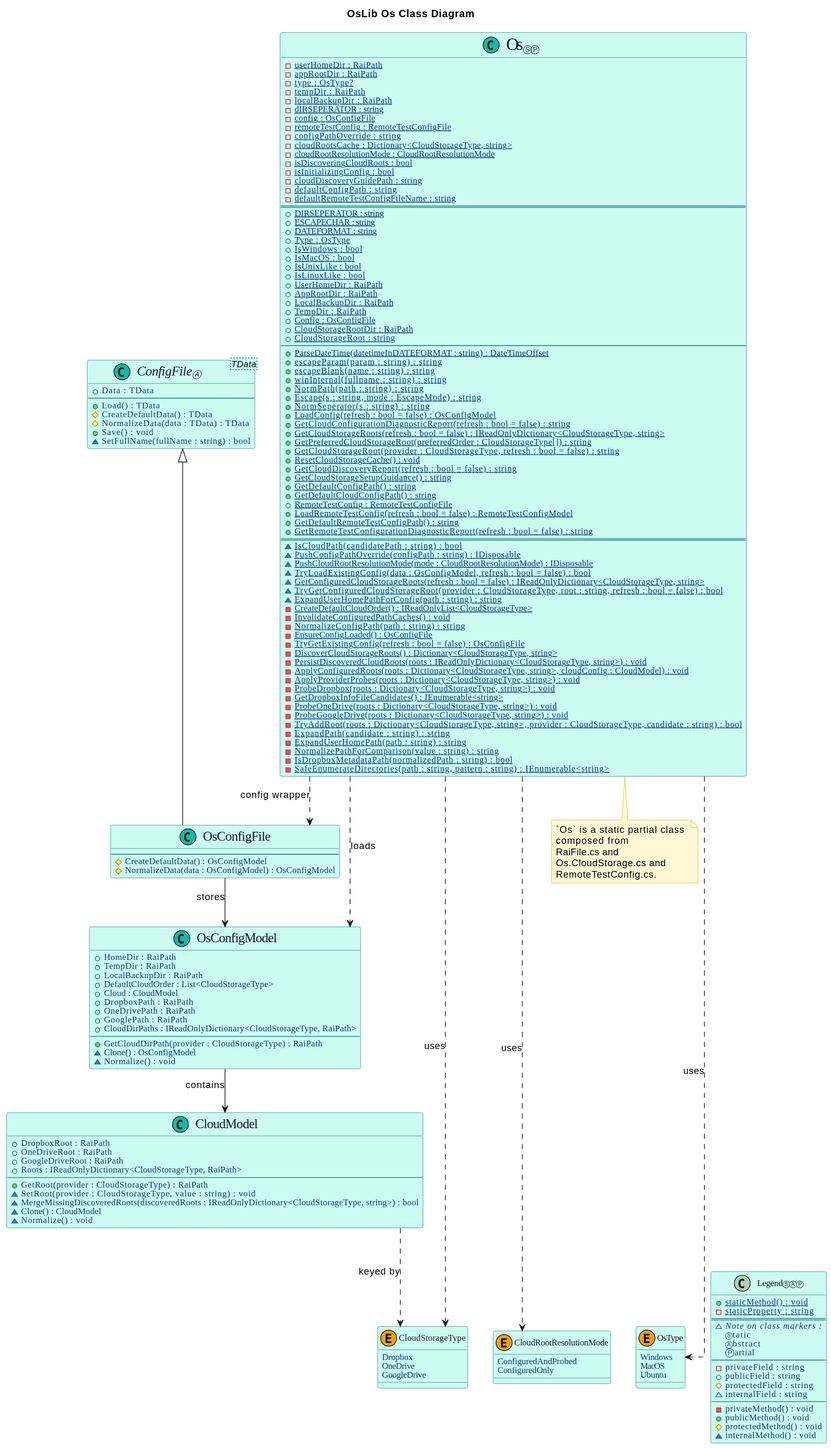
This is Os-ClassDiagram.svg from Burkhardt/OsLib, a PlantUML export, as it was before one commit.
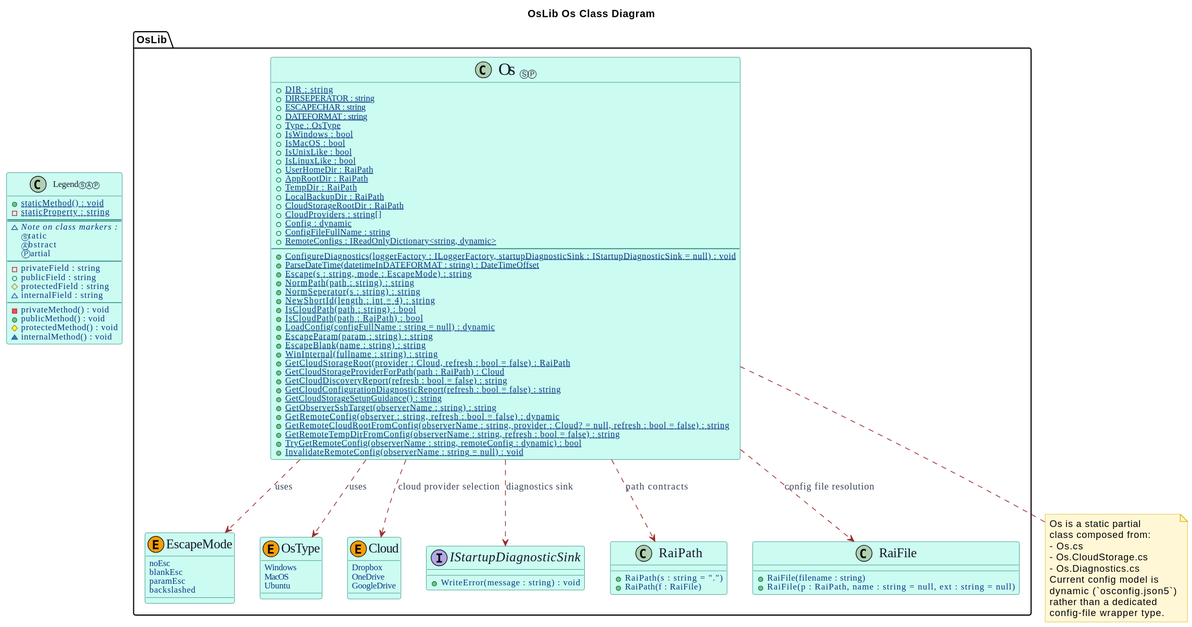
After the change.

What changed in the source:
```diff
@@ -1,9 +1,9 @@
 @startuml
+
 title OsLib Os Class Diagram
 
 skinparam backgroundColor white
 skinparam shadowing false
-skinparam linetype ortho
 skinparam DiagramFontName "Casual"
 skinparam DiagramFontSize 36
 skinparam ClassFontName "Casual"
@@ -16,7 +16,6 @@
 skinparam ClassMethodFontName "Casual"
 skinparam ClassMethodFontSize 12
 skinparam ClassMethodFontWeight 500
-skinparam ClassFontName "Casual"
 skinparam ClassAttributeFontStyle normal
 skinparam ClassBorderColor #0f766e
 skinparam ClassBackgroundColor #ccfbf1
@@ -26,189 +25,128 @@
 skinparam EnumFontColor #7c2d12
 skinparam NoteBackgroundColor #fff7d6
 skinparam NoteBorderColor #d4b106
+skinparam ArrowColor #9b2c2c
+skinparam ArrowFontColor #374151
+skinparam ArrowFontName "Casual"
 
 show circle
 
-together {
-	enum OsType << (E,#f59e0b) >> {
+package "OsLib" {
+	enum "<size:18>EscapeMode</size>" as EscapeMode << (E,#f59e0b) >> {
+		noEsc
+		blankEsc
+		paramEsc
+		backslashed
+	}
+
+	enum "<size:18>OsType</size>" as OsType << (E,#f59e0b) >> {
 		Windows
 		MacOS
 		Ubuntu
 	}
-		enum CloudRootResolutionMode << (E,#f59e0b) >> {
-			ConfiguredAndProbed
-			ConfiguredOnly
-		}
-	enum CloudStorageType << (E,#f59e0b) >> {
+
+	enum "<size:18>Cloud</size>" as Cloud << (E,#f59e0b) >> {
 		Dropbox
 		OneDrive
 		GoogleDrive
 	}
-	class "Legend<size:10>ⓈⒶⓅ</size>" as LegendSample {
-		+{static} staticMethod() : void
-		-{static} staticProperty : string
-		==
-		~<i>Note on class markers :</i>
-		<size:10>Ⓢ</size>tatic
-		<size:10>Ⓐ</size>bstract
-		Ⓟartial
+
+	interface "<size:18>IStartupDiagnosticSink</size>" as IStartupDiagnosticSink {
+		+WriteError(message : string) : void
+	}
+
+	class "<size:18>RaiPath</size>" as RaiPath {
+		+RaiPath(s : string = ".")
+		+RaiPath(f : RaiFile)
+	}
+
+	class "<size:18>RaiFile</size>" as RaiFile {
+		+RaiFile(filename : string)
+		+RaiFile(p : RaiPath, name : string = null, ext : string = null)
+	}
+
+	class "<size:24>Os</size> ⓈⓅ" as Os {
+		+{static} DIR : string
+		+{static} DIRSEPERATOR : string
+		+{static} ESCAPECHAR : string
+		+{static} DATEFORMAT : string
+		+{static} Type : OsType
+		+{static} IsWindows : bool
+		+{static} IsMacOS : bool
+		+{static} IsUnixLike : bool
+		+{static} IsLinuxLike : bool
+		+{static} UserHomeDir : RaiPath
+		+{static} AppRootDir : RaiPath
+		+{static} TempDir : RaiPath
+		+{static} LocalBackupDir : RaiPath
+		+{static} CloudStorageRootDir : RaiPath
+		+{static} CloudProviders : string[]
+		+{static} Config : dynamic
+		+{static} ConfigFileFullName : string
+		+{static} RemoteConfigs : IReadOnlyDictionary<string, dynamic>
 		--
-		- privateField : string
-		+ publicField : string
-		# protectedField : string
-		~ internalField : string
-		--
-		- privateMethod() : void
-		+ publicMethod() : void
-		# protectedMethod() : void
-		~ internalMethod() : void
+		+{static} ConfigureDiagnostics(loggerFactory : ILoggerFactory, startupDiagnosticSink : IStartupDiagnosticSink = null) : void
+		+{static} ParseDateTime(datetimeInDATEFORMAT : string) : DateTimeOffset
+		+{static} Escape(s : string, mode : EscapeMode) : string
+		+{static} NormPath(path : string) : string
+		+{static} NormSeperator(s : string) : string
+		+{static} NewShortId(length : int = 4) : string
+		+{static} IsCloudPath(path : string) : bool
+		+{static} IsCloudPath(path : RaiPath) : bool
+		+{static} LoadConfig(configFullName : string = null) : dynamic
+		+{static} EscapeParam(param : string) : string
+		+{static} EscapeBlank(name : string) : string
+		+{static} WinInternal(fullname : string) : string
+		+{static} GetCloudStorageRoot(provider : Cloud, refresh : bool = false) : RaiPath
+		+{static} GetCloudStorageProviderForPath(path : RaiPath) : Cloud
+		+{static} GetCloudDiscoveryReport(refresh : bool = false) : string
+		+{static} GetCloudConfigurationDiagnosticReport(refresh : bool = false) : string
+		+{static} GetCloudStorageSetupGuidance() : string
+		+{static} GetObserverSshTarget(observerName : string) : string
+		+{static} GetRemoteConfig(observer : string, refresh : bool = false) : dynamic
+		+{static} GetRemoteCloudRootFromConfig(observerName : string, provider : Cloud? = null, refresh : bool = false) : string
+		+{static} GetRemoteTempDirFromConfig(observerName : string, refresh : bool = false) : string
+		+{static} TryGetRemoteConfig(observerName : string, remoteConfig : dynamic) : bool
+		+{static} InvalidateRemoteConfig(observerName : string = null) : void
 	}
 }
 
-abstract class "<size:18>ConfigFile</size>Ⓐ<TData>" as ConfigFile << (C,#14b8a6) >> {
-	+ Data : TData
+Os ..> OsType : uses
+Os ..> EscapeMode : uses
+Os ..> Cloud : cloud provider selection
+Os ..> RaiPath : path contracts
+Os ..> RaiFile : config file resolution
+Os ..> IStartupDiagnosticSink : diagnostics sink
+
+class "Legend<size:10>ⓈⒶⓅ</size>" as LegendSample {
+	+{static} staticMethod() : void
+	-{static} staticProperty : string
+	==
+	~<i>Note on class markers :</i>
+	<size:10>Ⓢ</size>tatic
+	<size:10>Ⓐ</size>bstract
+	Ⓟartial
 	--
-	+ Load() : TData
-	# CreateDefaultData() : TData
-	# NormalizeData(data : TData) : TData
-	+ Save() : void
-	~ SetFullName(fullName : string) : bool
+	- privateField : string
+	+ publicField : string
+	# protectedField : string
+	~ internalField : string
+	--
+	- privateMethod() : void
+	+ publicMethod() : void
+	# protectedMethod() : void
+	~ internalMethod() : void
 }
 
-class "<size:18>CloudModel</size>" as CloudModel << (C,#14b8a6) >> {
-	+ DropboxRoot : RaiPath
-	+ OneDriveRoot : RaiPath
-	+ GoogleDriveRoot : RaiPath
-	+ Roots : IReadOnlyDictionary<CloudStorageType, RaiPath>
-	--
-	+ GetRoot(provider : CloudStorageType) : RaiPath
-	~ SetRoot(provider : CloudStorageType, value : string) : void
-	~ MergeMissingDiscoveredRoots(discoveredRoots : IReadOnlyDictionary<CloudStorageType, string>) : bool
-	~ Clone() : CloudModel
-	~ Normalize() : void
-}
-
-class "<size:18>OsConfigModel</size>" as OsConfigModel << (C,#14b8a6) >> {
-	+ HomeDir : RaiPath
-	+ TempDir : RaiPath
-	+ LocalBackupDir : RaiPath
-	+ DefaultCloudOrder : List<CloudStorageType>
-	+ Cloud : CloudModel
-	+ DropboxPath : RaiPath
-	+ OneDrivePath : RaiPath
-	+ GooglePath : RaiPath
-	+ CloudDirPaths : IReadOnlyDictionary<CloudStorageType, RaiPath>
-	--
-	+ GetCloudDirPath(provider : CloudStorageType) : RaiPath
-	~ Clone() : OsConfigModel
-	~ Normalize() : void
-}
-
-class "<size:18>OsConfigFile</size>" as OsConfigFile << (C,#14b8a6) >> {
-	--
-	# CreateDefaultData() : OsConfigModel
-	# NormalizeData(data : OsConfigModel) : OsConfigModel
-}
-
-class "<size:24>Os</size>ⓈⓅ " as Os << (C,#14b8a6) >> {
-	-{static} userHomeDir : RaiPath
-	-{static} appRootDir : RaiPath
-	-{static} type : OsType?
-	-{static} tempDir : RaiPath
-	-{static} localBackupDir : RaiPath
-	-{static} dIRSEPERATOR : string
-	-{static} config : OsConfigFile
-	-{static} remoteTestConfig : RemoteTestConfigFile
-	-{static} configPathOverride : string
-	-{static} cloudRootsCache : Dictionary<CloudStorageType, string>
-	-{static} cloudRootResolutionMode : CloudRootResolutionMode
-	-{static} isDiscoveringCloudRoots : bool
-	-{static} isInitializingConfig : bool
-	-{static} cloudDiscoveryGuidePath : string
-	-{static} defaultConfigPath : string
-	-{static} defaultRemoteTestConfigFileName : string
-	==
-	+{static} DIRSEPERATOR : string
-	+{static} ESCAPECHAR : string
-	+{static} DATEFORMAT : string
-	+{static} Type : OsType
-	+{static} IsWindows : bool
-	+{static} IsMacOS : bool
-	+{static} IsUnixLike : bool
-	+{static} IsLinuxLike : bool
-	+{static} UserHomeDir : RaiPath
-	+{static} AppRootDir : RaiPath
-	+{static} LocalBackupDir : RaiPath
-	+{static} TempDir : RaiPath
-	+{static} Config : OsConfigFile
-	+{static} CloudStorageRootDir : RaiPath
-	+{static} CloudStorageRoot : string
-	--
-	+{static} ParseDateTime(datetimeInDATEFORMAT : string) : DateTimeOffset
-	+{static} escapeParam(param : string) : string
-	+{static} escapeBlank(name : string) : string
-	+{static} winInternal(fullname : string) : string
-	+{static} NormPath(path : string) : string
-	+{static} Escape(s : string, mode : EscapeMode) : string
-	+{static} NormSeperator(s : string) : string
-	+{static} LoadConfig(refresh : bool = false) : OsConfigModel
-	+{static} GetCloudConfigurationDiagnosticReport(refresh : bool = false) : string
-	+{static} GetCloudStorageRoots(refresh : bool = false) : IReadOnlyDictionary<CloudStorageType, string>
-	+{static} GetPreferredCloudStorageRoot(preferredOrder : CloudStorageType[]) : string
-	+{static} GetCloudStorageRoot(provider : CloudStorageType, refresh : bool = false) : string
-	+{static} ResetCloudStorageCache() : void
-	+{static} GetCloudDiscoveryReport(refresh : bool = false) : string
-	+{static} GetCloudStorageSetupGuidance() : string
-	+{static} GetDefaultConfigPath() : string
-	+{static} GetDefaultCloudConfigPath() : string
-	+{static} RemoteTestConfig : RemoteTestConfigFile
-	+{static} LoadRemoteTestConfig(refresh : bool = false) : RemoteTestConfigModel
-	+{static} GetDefaultRemoteTestConfigPath() : string
-	+{static} GetRemoteTestConfigurationDiagnosticReport(refresh : bool = false) : string
-	==
-	~{static} IsCloudPath(candidatePath : string) : bool
-	~{static} PushConfigPathOverride(configPath : string) : IDisposable
-	~{static} PushCloudRootResolutionMode(mode : CloudRootResolutionMode) : IDisposable
-	~{static} TryLoadExistingConfig(data : OsConfigModel, refresh : bool = false) : bool
-	~{static} GetConfiguredCloudStorageRoots(refresh : bool = false) : IReadOnlyDictionary<CloudStorageType, string>
-	~{static} TryGetConfiguredCloudStorageRoot(provider : CloudStorageType, root : string, refresh : bool = false) : bool
-	~{static} ExpandUserHomePathForConfig(path : string) : string
-	-{static} CreateDefaultCloudOrder() : IReadOnlyList<CloudStorageType>
-	-{static} InvalidateConfiguredPathCaches() : void
-	-{static} NormalizeConfigPath(path : string) : string
-	-{static} EnsureConfigLoaded() : OsConfigFile
-	-{static} TryGetExistingConfig(refresh : bool = false) : OsConfigFile
-	-{static} DiscoverCloudStorageRoots() : Dictionary<CloudStorageType, string>
-	-{static} PersistDiscoveredCloudRoots(roots : IReadOnlyDictionary<CloudStorageType, string>) : void
-	-{static} ApplyConfiguredRoots(roots : Dictionary<CloudStorageType, string>, cloudConfig : CloudModel) : void
-	-{static} ApplyProviderProbes(roots : Dictionary<CloudStorageType, string>) : void
-	-{static} ProbeDropbox(roots : Dictionary<CloudStorageType, string>) : void
-	-{static} GetDropboxInfoFileCandidates() : IEnumerable<string>
-	-{static} ProbeOneDrive(roots : Dictionary<CloudStorageType, string>) : void
-	-{static} ProbeGoogleDrive(roots : Dictionary<CloudStorageType, string>) : void
-	-{static} TryAddRoot(roots : Dictionary<CloudStorageType, string>, provider : CloudStorageType, candidate : string) : bool
-	-{static} ExpandPath(candidate : string) : string
-	-{static} ExpandUserHomePath(path : string) : string
-	-{static} NormalizePathForComparison(value : string) : string
-	-{static} IsDropboxMetadataPath(normalizedPath : string) : bool
-	-{static} SafeEnumerateDirectories(path : string, pattern : string) : IEnumerable<string>
-}
-
-Os ..> OsType : uses
-Os ..> CloudRootResolutionMode : uses
-Os ..> CloudStorageType : uses
-ConfigFile <|-- OsConfigFile
-OsConfigFile --> OsConfigModel : stores
-OsConfigModel --> CloudModel : contains
-CloudModel ..> CloudStorageType : keyed by
-Os ..> OsConfigFile : config wrapper
-Os ..> OsConfigModel : loads
-
 note bottom of Os
-	`Os` is a static partial class
-	composed from
-	RaiFile.cs and
-	Os.CloudStorage.cs and
-	RemoteTestConfig.cs.
+	Os is a static partial
+	class composed from:
+	- Os.cs
+	- Os.CloudStorage.cs
+	- Os.Diagnostics.cs
+	Current config model is
+	dynamic (`osconfig.json5`)
+	rather than a dedicated
+	config-file wrapper type.
 end note
 @enduml
```
